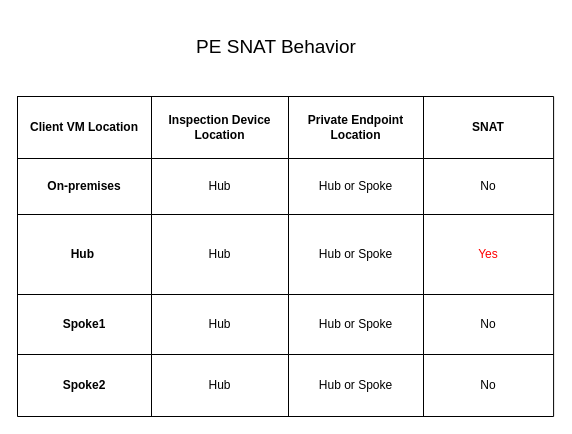
dmauser/azure-dns-private-resolver keeps this draw.io diagram as page "SNAT-Requirement" (3 of 3) of adr-fw-lab/opnconfig/opnscenario.drawio. Above is the earlier version. Source tidied: cells renumbered, new cells numbered last; positions are measured from the earlier drawing's top-left corner, leaving out a move shared by most shapes. Both pictures are drawn from the tidied source at 100%, with x=0, y=0 at pixel (17, 17).
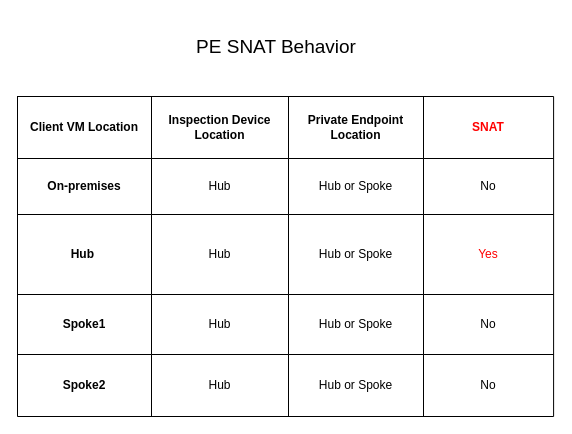
The same page after the edit.

Unchanged cells that the change refers to:
```xml
<mxCell id="3" style="shape=tableRow;horizontal=0;startSize=0;swimlaneHead=0;swimlaneBody=0;top=0;left=0;bottom=0;right=0;fillColor=none;dashed=1;dashPattern=8 8;strokeColor=default;fontSize=12;" parent="2" vertex="1">
  <mxGeometry width="536.1" height="62" as="geometry" />
</mxCell>
```

The edit, as a diff of the source:
```diff
@@
-    <mxCell id="7" value="SNAT" style="shape=partialRectangle;html=1;whiteSpace=wrap;overflow=hidden;fillColor=none;top=0;left=0;bottom=0;right=0;dashed=1;dashPattern=8 8;strokeColor=default;fontSize=12;fontStyle=1;labelBackgroundColor=none;" parent="3" vertex="1">
+    <mxCell id="7" value="&lt;font color=&quot;#ff0000&quot;&gt;SNAT&lt;/font&gt;" style="shape=partialRectangle;html=1;whiteSpace=wrap;overflow=hidden;fillColor=none;top=0;left=0;bottom=0;right=0;dashed=1;dashPattern=8 8;strokeColor=default;fontSize=12;fontStyle=1;labelBackgroundColor=none;" parent="3" vertex="1">
       <mxGeometry x="406" width="130" height="62" as="geometry" />
     </mxCell>
```
